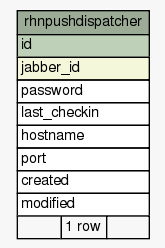
Earlier version of the Graphviz export documentation/schema-doc/diagrams/summary/rhnpushdispatcher.1degree.png (spacewalkproject/spacewalkproject.github.io). Its source is kept beside it as documentation/schema-doc/diagrams/summary/rhnpushdispatcher.1degree.dot. Source of this version:
```dot
digraph "rhnpushdispatcher" {
  graph [
    rankdir="RL"
    bgcolor="#f7f7f7"
    nodesep="0.18"
    ranksep="0.46"
    fontname="Helvetica"
    fontsize="11"
  ];
  node [
    fontname="Helvetica"
    fontsize="11"
    shape="plaintext"
  ];
  edge [
    arrowsize="0.8"
  ];
  "rhnpushdispatcher" [
    label=<
    <TABLE BORDER="0" CELLBORDER="1" CELLSPACING="0" BGCOLOR="#ffffff">
      <TR><TD COLSPAN="3" BGCOLOR="#9bab96" ALIGN="CENTER">rhnpushdispatcher</TD></TR>
      <TR><TD PORT="id" COLSPAN="3" BGCOLOR="#bed1b8" ALIGN="LEFT">id</TD></TR>
      <TR><TD PORT="jabber_id" COLSPAN="3" BGCOLOR="#f4f7da" ALIGN="LEFT">jabber_id</TD></TR>
      <TR><TD PORT="password" COLSPAN="3" ALIGN="LEFT">password</TD></TR>
      <TR><TD PORT="last_checkin" COLSPAN="3" ALIGN="LEFT">last_checkin</TD></TR>
      <TR><TD PORT="hostname" COLSPAN="3" ALIGN="LEFT">hostname</TD></TR>
      <TR><TD PORT="port" COLSPAN="3" ALIGN="LEFT">port</TD></TR>
      <TR><TD PORT="created" COLSPAN="3" ALIGN="LEFT">created</TD></TR>
      <TR><TD PORT="modified" COLSPAN="3" ALIGN="LEFT">modified</TD></TR>
      <TR><TD ALIGN="LEFT" BGCOLOR="#f7f7f7">  </TD><TD ALIGN="RIGHT" BGCOLOR="#f7f7f7">1 row</TD><TD ALIGN="RIGHT" BGCOLOR="#f7f7f7">  </TD></TR>
    </TABLE>>
    URL="tables/rhnpushdispatcher.html"
    tooltip="rhnpushdispatcher"
  ];
}
```
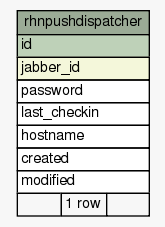
After the commit.

Change to the diagram source:
```diff
@@ -24,7 +24,6 @@
       <TR><TD PORT="password" COLSPAN="3" ALIGN="LEFT">password</TD></TR>
       <TR><TD PORT="last_checkin" COLSPAN="3" ALIGN="LEFT">last_checkin</TD></TR>
       <TR><TD PORT="hostname" COLSPAN="3" ALIGN="LEFT">hostname</TD></TR>
-      <TR><TD PORT="port" COLSPAN="3" ALIGN="LEFT">port</TD></TR>
       <TR><TD PORT="created" COLSPAN="3" ALIGN="LEFT">created</TD></TR>
       <TR><TD PORT="modified" COLSPAN="3" ALIGN="LEFT">modified</TD></TR>
       <TR><TD ALIGN="LEFT" BGCOLOR="#f7f7f7">  </TD><TD ALIGN="RIGHT" BGCOLOR="#f7f7f7">1 row</TD><TD ALIGN="RIGHT" BGCOLOR="#f7f7f7">  </TD></TR>
```
